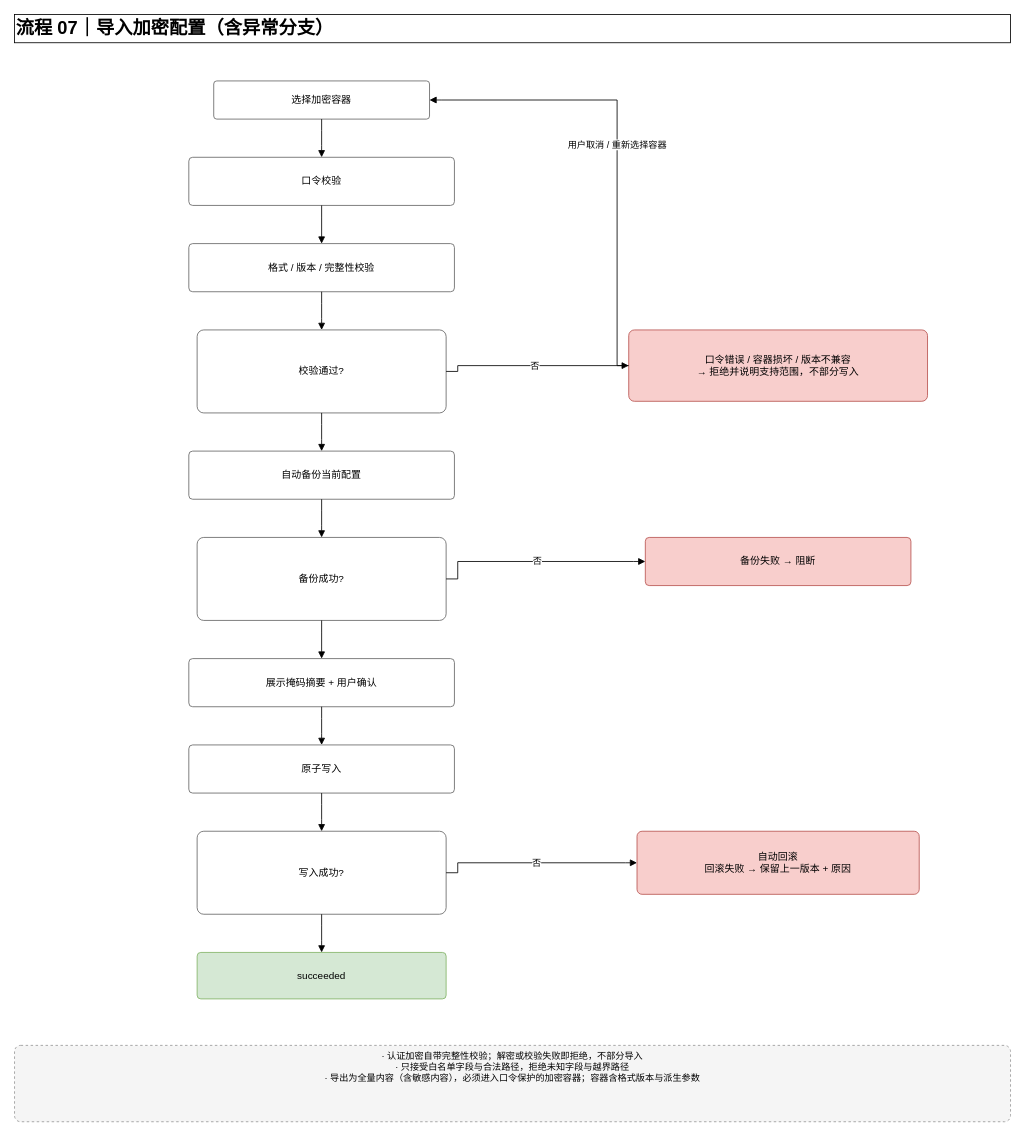
Before: page "07-导入配置" (7 of 10) of docs/04-项目资料/03-项目协作资料/01-协作包/2026-09-12-OpenCodex桌面管理器需求协作/06-架构与流程/OpenCodex-Desktop-核心流程.drawio in gzers/opencodex-desktop, a draw.io diagram. Source tidied: cells renumbered, new cells numbered last; positions are measured from the earlier drawing's top-left corner, leaving out a move shared by most shapes. Both pictures are drawn from the tidied source at 83%, with x=0, y=0 at pixel (14, 14).
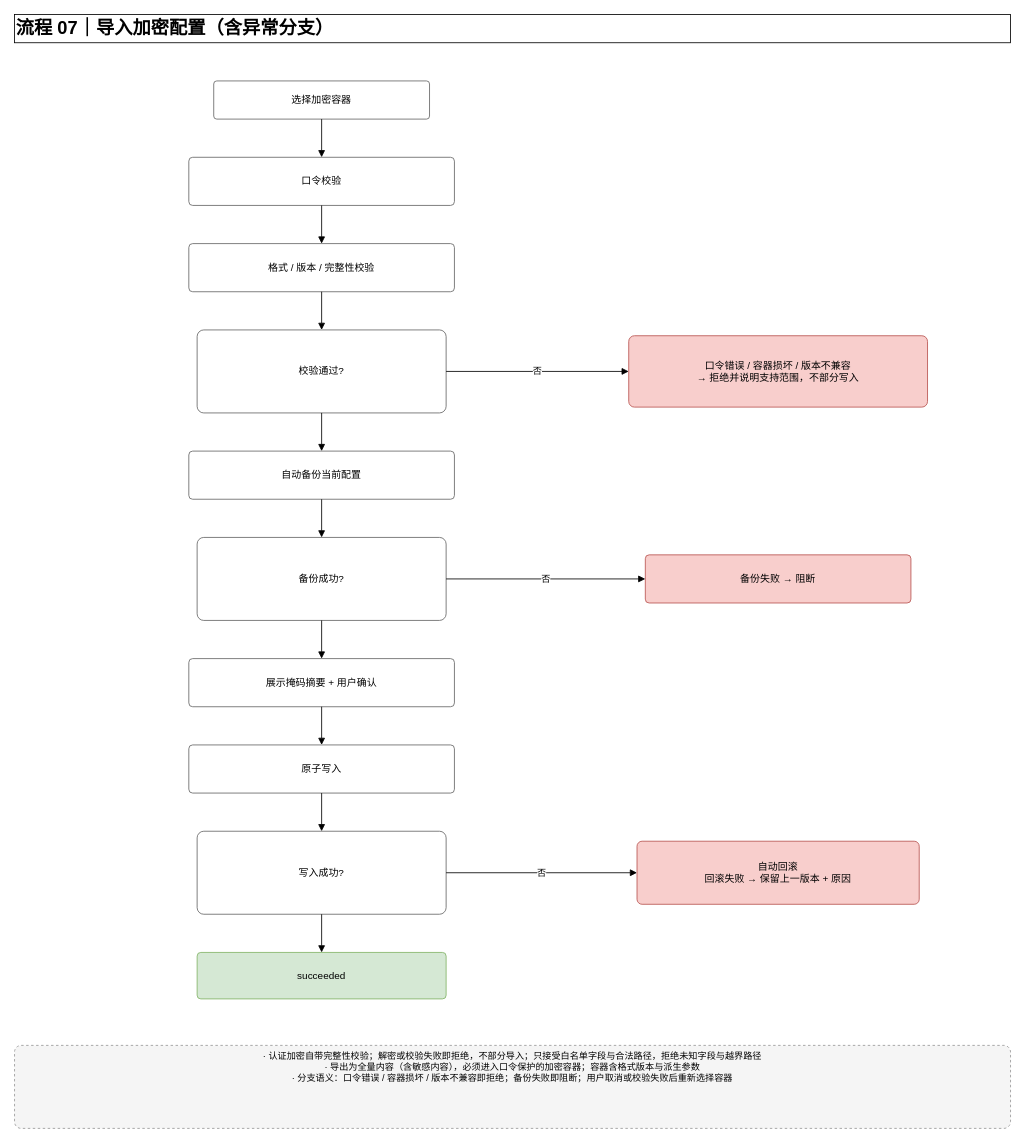
The same page after the edit.

The change refers to these unchanged cells:
```xml
<mxCell id="3" value="选择加密容器" style="html=1;whiteSpace=wrap;rounded=1;arcSize=8;fontSize=12;fillColor=#ffffff;strokeColor=#666666;" parent="1" vertex="1">
  <mxGeometry x="240" y="80" width="260" height="46" as="geometry" />
</mxCell>
<mxCell id="4" value="口令校验" style="html=1;whiteSpace=wrap;rounded=1;arcSize=8;fontSize=12;fillColor=#ffffff;strokeColor=#666666;" parent="1" vertex="1">
  <mxGeometry x="210" y="172" width="320" height="58" as="geometry" />
</mxCell>
<mxCell id="5" value="格式 / 版本 / 完整性校验" style="html=1;whiteSpace=wrap;rounded=1;arcSize=8;fontSize=12;fillColor=#ffffff;strokeColor=#666666;" parent="1" vertex="1">
  <mxGeometry x="210" y="276" width="320" height="58" as="geometry" />
</mxCell>
<mxCell id="6" value="校验通过?" style="html=1;whiteSpace=wrap;rounded=1;arcSize=8;fontSize=12;fillColor=#ffffff;strokeColor=#666666;" parent="1" vertex="1">
  <mxGeometry x="220" y="380" width="300" height="100" as="geometry" />
</mxCell>
<mxCell id="7" value="自动备份当前配置" style="html=1;whiteSpace=wrap;rounded=1;arcSize=8;fontSize=12;fillColor=#ffffff;strokeColor=#666666;" parent="1" vertex="1">
  <mxGeometry x="210" y="526" width="320" height="58" as="geometry" />
</mxCell>
<mxCell id="8" value="备份成功?" style="html=1;whiteSpace=wrap;rounded=1;arcSize=8;fontSize=12;fillColor=#ffffff;strokeColor=#666666;" parent="1" vertex="1">
  <mxGeometry x="220" y="630" width="300" height="100" as="geometry" />
</mxCell>
<mxCell id="9" value="展示掩码摘要 + 用户确认" style="html=1;whiteSpace=wrap;rounded=1;arcSize=8;fontSize=12;fillColor=#ffffff;strokeColor=#666666;" parent="1" vertex="1">
  <mxGeometry x="210" y="776" width="320" height="58" as="geometry" />
</mxCell>
<mxCell id="10" value="原子写入" style="html=1;whiteSpace=wrap;rounded=1;arcSize=8;fontSize=12;fillColor=#ffffff;strokeColor=#666666;" parent="1" vertex="1">
  <mxGeometry x="210" y="880" width="320" height="58" as="geometry" />
</mxCell>
<mxCell id="11" value="写入成功?" style="html=1;whiteSpace=wrap;rounded=1;arcSize=8;fontSize=12;fillColor=#ffffff;strokeColor=#666666;" parent="1" vertex="1">
  <mxGeometry x="220" y="984" width="300" height="100" as="geometry" />
</mxCell>
<mxCell id="12" value="succeeded" style="html=1;whiteSpace=wrap;rounded=1;arcSize=8;fontSize=12;fillColor=#d5e8d4;strokeColor=#82b366;" parent="1" vertex="1">
  <mxGeometry x="220" y="1130" width="300" height="56" as="geometry" />
</mxCell>
```

What changed in the source:
```diff
@@
     <mxCell id="13" value="口令错误 / 容器损坏 / 版本不兼容&lt;br&gt;→ 拒绝并说明支持范围，不部分写入" style="html=1;whiteSpace=wrap;rounded=1;arcSize=8;fontSize=12;fillColor=#f8cecc;strokeColor=#b85450;" parent="1" vertex="1">
-      <mxGeometry x="740" y="380" width="360" height="86" as="geometry" />
+      <mxGeometry x="740" y="387" width="360" height="86" as="geometry" />
     </mxCell>
     <mxCell id="14" value="备份失败 → 阻断" style="html=1;whiteSpace=wrap;rounded=1;arcSize=8;fontSize=12;fillColor=#f8cecc;strokeColor=#b85450;" parent="1" vertex="1">
-      <mxGeometry x="760" y="630" width="320" height="58" as="geometry" />
+      <mxGeometry x="760" y="651" width="320" height="58" as="geometry" />
     </mxCell>
     <mxCell id="15" value="自动回滚&lt;br&gt;回滚失败 → 保留上一版本 + 原因" style="html=1;whiteSpace=wrap;rounded=1;arcSize=8;fontSize=12;fillColor=#f8cecc;strokeColor=#b85450;" parent="1" vertex="1">
-      <mxGeometry x="750" y="984" width="340" height="76" as="geometry" />
+      <mxGeometry x="750" y="996" width="340" height="76" as="geometry" />
     </mxCell>
-    <mxCell id="16" value="· 认证加密自带完整性校验；解密或校验失败即拒绝，不部分导入&lt;br&gt;· 只接受白名单字段与合法路径，拒绝未知字段与越界路径&lt;br&gt;· 导出为全量内容（含敏感内容），必须进入口令保护的加密容器；容器含格式版本与派生参数" style="html=1;whiteSpace=wrap;rounded=1;arcSize=8;fontSize=11;fillColor=#f5f5f5;strokeColor=#999999;dashed=1;verticalAlign=top;" parent="1" vertex="1">
-      <mxGeometry y="1242" width="1200" height="92" as="geometry" />
+    <mxCell id="16" value="· 认证加密自带完整性校验；解密或校验失败即拒绝，不部分导入；只接受白名单字段与合法路径，拒绝未知字段与越界路径&lt;br&gt;· 导出为全量内容（含敏感内容），必须进入口令保护的加密容器；容器含格式版本与派生参数&lt;br&gt;· 分支语义：口令错误 / 容器损坏 / 版本不兼容即拒绝；备份失败即阻断；用户取消或校验失败后重新选择容器" style="html=1;whiteSpace=wrap;rounded=1;arcSize=8;fontSize=11;fillColor=#f5f5f5;strokeColor=#999999;dashed=1;verticalAlign=top;" parent="1" vertex="1">
+      <mxGeometry y="1242" width="1200" height="100" as="geometry" />
     </mxCell>
     <mxCell id="17" style="edgeStyle=none;html=1;rounded=0;endArrow=block;endFill=1;fontSize=11;exitX=0.5;exitY=1;exitDx=0;exitDy=0;entryX=0.5;entryY=0;entryDx=0;entryDy=0;" parent="1" edge="1" source="3" target="4">
-      <mxGeometry relative="1" as="geometry">
-        <Array as="points">
-          <mxPoint x="370" y="140" />
-          <mxPoint x="370" y="158" />
-        </Array>
-      </mxGeometry>
+      <mxGeometry relative="1" as="geometry" />
     </mxCell>
     <mxCell id="18" style="edgeStyle=none;html=1;rounded=0;endArrow=block;endFill=1;fontSize=11;exitX=0.5;exitY=1;exitDx=0;exitDy=0;entryX=0.5;entryY=0;entryDx=0;entryDy=0;" parent="1" edge="1" source="4" target="5">
-      <mxGeometry relative="1" as="geometry">
-        <Array as="points">
-          <mxPoint x="370" y="244" />
-          <mxPoint x="370" y="262" />
-        </Array>
-      </mxGeometry>
+      <mxGeometry relative="1" as="geometry" />
     </mxCell>
     <mxCell id="19" style="edgeStyle=none;html=1;rounded=0;endArrow=block;endFill=1;fontSize=11;exitX=0.5;exitY=1;exitDx=0;exitDy=0;entryX=0.5;entryY=0;entryDx=0;entryDy=0;" parent="1" edge="1" source="5" target="6">
-      <mxGeometry relative="1" as="geometry">
-        <Array as="points">
-          <mxPoint x="370" y="348" />
-          <mxPoint x="370" y="366" />
-        </Array>
-      </mxGeometry>
+      <mxGeometry relative="1" as="geometry" />
     </mxCell>
     <mxCell id="20" style="edgeStyle=none;html=1;rounded=0;endArrow=block;endFill=1;fontSize=11;exitX=0.5;exitY=1;exitDx=0;exitDy=0;entryX=0.5;entryY=0;entryDx=0;entryDy=0;" parent="1" edge="1" source="6" target="7">
-      <mxGeometry relative="1" as="geometry">
-        <Array as="points">
-          <mxPoint x="370" y="494" />
-          <mxPoint x="370" y="512" />
-        </Array>
-      </mxGeometry>
+      <mxGeometry relative="1" as="geometry" />
     </mxCell>
     <mxCell id="21" style="edgeStyle=none;html=1;rounded=0;endArrow=block;endFill=1;fontSize=11;exitX=0.5;exitY=1;exitDx=0;exitDy=0;entryX=0.5;entryY=0;entryDx=0;entryDy=0;" parent="1" edge="1" source="7" target="8">
-      <mxGeometry relative="1" as="geometry">
-        <Array as="points">
-          <mxPoint x="370" y="598" />
-          <mxPoint x="370" y="616" />
-        </Array>
-      </mxGeometry>
+      <mxGeometry relative="1" as="geometry" />
     </mxCell>
     <mxCell id="22" style="edgeStyle=none;html=1;rounded=0;endArrow=block;endFill=1;fontSize=11;exitX=0.5;exitY=1;exitDx=0;exitDy=0;entryX=0.5;entryY=0;entryDx=0;entryDy=0;" parent="1" edge="1" source="8" target="9">
-      <mxGeometry relative="1" as="geometry">
-        <Array as="points">
-          <mxPoint x="370" y="744" />
-          <mxPoint x="370" y="762" />
-        </Array>
-      </mxGeometry>
+      <mxGeometry relative="1" as="geometry" />
     </mxCell>
     <mxCell id="23" style="edgeStyle=none;html=1;rounded=0;endArrow=block;endFill=1;fontSize=11;exitX=0.5;exitY=1;exitDx=0;exitDy=0;entryX=0.5;entryY=0;entryDx=0;entryDy=0;" parent="1" edge="1" source="9" target="10">
-      <mxGeometry relative="1" as="geometry">
-        <Array as="points">
-          <mxPoint x="370" y="848" />
-          <mxPoint x="370" y="866" />
-        </Array>
-      </mxGeometry>
+      <mxGeometry relative="1" as="geometry" />
     </mxCell>
     <mxCell id="24" style="edgeStyle=none;html=1;rounded=0;endArrow=block;endFill=1;fontSize=11;exitX=0.5;exitY=1;exitDx=0;exitDy=0;entryX=0.5;entryY=0;entryDx=0;entryDy=0;" parent="1" edge="1" source="10" target="11">
-      <mxGeometry relative="1" as="geometry">
-        <Array as="points">
-          <mxPoint x="370" y="952" />
-          <mxPoint x="370" y="970" />
-        </Array>
-      </mxGeometry>
+      <mxGeometry relative="1" as="geometry" />
     </mxCell>
     <mxCell id="25" style="edgeStyle=none;html=1;rounded=0;endArrow=block;endFill=1;fontSize=11;exitX=0.5;exitY=1;exitDx=0;exitDy=0;entryX=0.5;entryY=0;entryDx=0;entryDy=0;" parent="1" edge="1" source="11" target="12">
-      <mxGeometry relative="1" as="geometry">
-        <Array as="points">
-          <mxPoint x="370" y="1098" />
-          <mxPoint x="370" y="1116" />
-        </Array>
-      </mxGeometry>
+      <mxGeometry relative="1" as="geometry" />
     </mxCell>
     <mxCell id="26" value="否" style="edgeStyle=none;html=1;rounded=0;endArrow=block;endFill=1;fontSize=11;exitX=1;exitY=0.5;exitDx=0;exitDy=0;entryX=0;entryY=0.5;entryDx=0;entryDy=0;" parent="1" edge="1" source="6" target="13">
-      <mxGeometry relative="1" as="geometry">
-        <Array as="points">
-          <mxPoint x="534" y="430" />
-          <mxPoint x="534" y="423" />
-          <mxPoint x="726" y="423" />
-        </Array>
-      </mxGeometry>
+      <mxGeometry relative="1" as="geometry" />
     </mxCell>
     <mxCell id="27" value="否" style="edgeStyle=none;html=1;rounded=0;endArrow=block;endFill=1;fontSize=11;exitX=1;exitY=0.5;exitDx=0;exitDy=0;entryX=0;entryY=0.5;entryDx=0;entryDy=0;" parent="1" edge="1" source="8" target="14">
-      <mxGeometry relative="1" as="geometry">
-        <Array as="points">
-          <mxPoint x="534" y="680" />
-          <mxPoint x="534" y="659" />
-          <mxPoint x="746" y="659" />
-        </Array>
-      </mxGeometry>
+      <mxGeometry relative="1" as="geometry" />
     </mxCell>
     <mxCell id="28" value="否" style="edgeStyle=none;html=1;rounded=0;endArrow=block;endFill=1;fontSize=11;exitX=1;exitY=0.5;exitDx=0;exitDy=0;entryX=0;entryY=0.5;entryDx=0;entryDy=0;" parent="1" edge="1" source="11" target="15">
-      <mxGeometry relative="1" as="geometry">
-        <Array as="points">
-          <mxPoint x="534" y="1034" />
-          <mxPoint x="534" y="1022" />
-          <mxPoint x="736" y="1022" />
-        </Array>
-      </mxGeometry>
+      <mxGeometry relative="1" as="geometry" />
     </mxCell>
-    <mxCell id="29" value="用户取消 / 重新选择容器" style="edgeStyle=none;html=1;rounded=0;endArrow=block;endFill=1;fontSize=11;exitX=0;exitY=0.5;exitDx=0;exitDy=0;entryX=1;entryY=0.5;entryDx=0;entryDy=0;" parent="1" edge="1" source="13" target="3">
-      <mxGeometry relative="1" as="geometry">
-        <Array as="points">
-          <mxPoint x="726" y="423" />
-          <mxPoint x="726" y="103" />
-          <mxPoint x="514" y="103" />
-        </Array>
-      </mxGeometry>
-    </mxCell>
```
